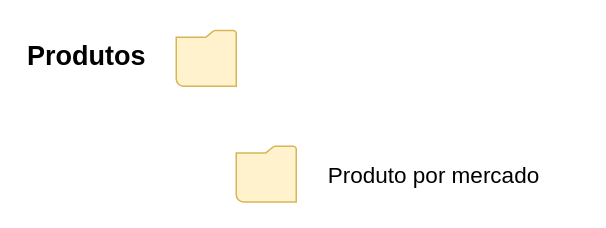
Before: page "Estrutura dos produtos" (1 of 2) of design_process/estructure_productor.drawio in Izacsilva/repoDraw-Project, a draw.io diagram. Source tidied: cells renumbered, new cells numbered last; positions are measured from the earlier drawing's top-left corner, leaving out a move shared by most shapes. Both pictures are drawn from the tidied source at 150%, with x=0, y=0 at pixel (26, 26).
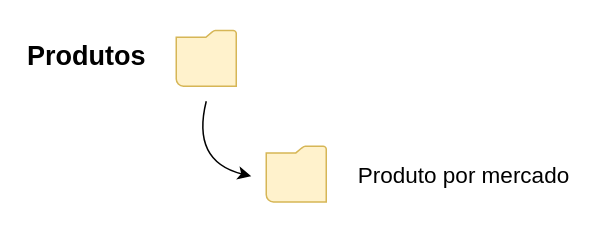
The same diagram, later.

What changed in the source:
```diff
@@
 <mxGraphModel>
   <root>
     <mxCell id="0" />
     <mxCell id="1" parent="0" />
     <mxCell id="2" style="shadow=0;dashed=0;html=1;strokeColor=#d6b656;fillColor=#fff2cc;labelPosition=center;verticalLabelPosition=bottom;verticalAlign=top;align=center;shape=mxgraph.veeam.2d.folder;" parent="1" vertex="1">
       <mxGeometry x="100" y="2.9" width="40" height="37.1" as="geometry" />
     </mxCell>
     <mxCell id="3" value="Produtos" style="text;strokeColor=none;fillColor=none;html=1;fontSize=18;fontStyle=1;verticalAlign=middle;align=center;labelBorderColor=none;" parent="1" vertex="1">
       <mxGeometry width="80" height="40" as="geometry" />
     </mxCell>
     <mxCell id="4" style="shadow=0;dashed=0;html=1;strokeColor=#d6b656;fillColor=#fff2cc;labelPosition=center;verticalLabelPosition=bottom;verticalAlign=top;align=center;shape=mxgraph.veeam.2d.folder;" parent="1" vertex="1">
-      <mxGeometry x="140" y="80" width="40" height="37.1" as="geometry" />
+      <mxGeometry x="160" y="80" width="40" height="37.1" as="geometry" />
     </mxCell>
     <mxCell id="5" value="&lt;font style=&quot;font-size: 15px&quot;&gt;Produto por mercado&lt;/font&gt;" style="text;html=1;strokeColor=none;fillColor=none;align=center;verticalAlign=middle;whiteSpace=wrap;rounded=0;labelBorderColor=none;fontSize=18;fontStyle=0;spacingTop=1;spacing=1;spacingLeft=5;spacingBottom=0;spacingRight=5;imageAspect=0;" parent="1" vertex="1">
-      <mxGeometry x="194" y="83.6" width="156" height="30" as="geometry" />
+      <mxGeometry x="214" y="83.6" width="156" height="30" as="geometry" />
     </mxCell>
+    <mxCell id="6" style="curved=1;endArrow=classic;html=1;rounded=0;fontSize=15;" parent="1" edge="1">
+      <mxGeometry relative="1" as="geometry">
+        <mxPoint x="120" y="50" as="sourcePoint" />
+        <mxPoint x="150" y="100" as="targetPoint" />
+        <Array as="points">
+          <mxPoint x="110" y="90" />
+        </Array>
+      </mxGeometry>
+    </mxCell>
   </root>
 </mxGraphModel>
```
